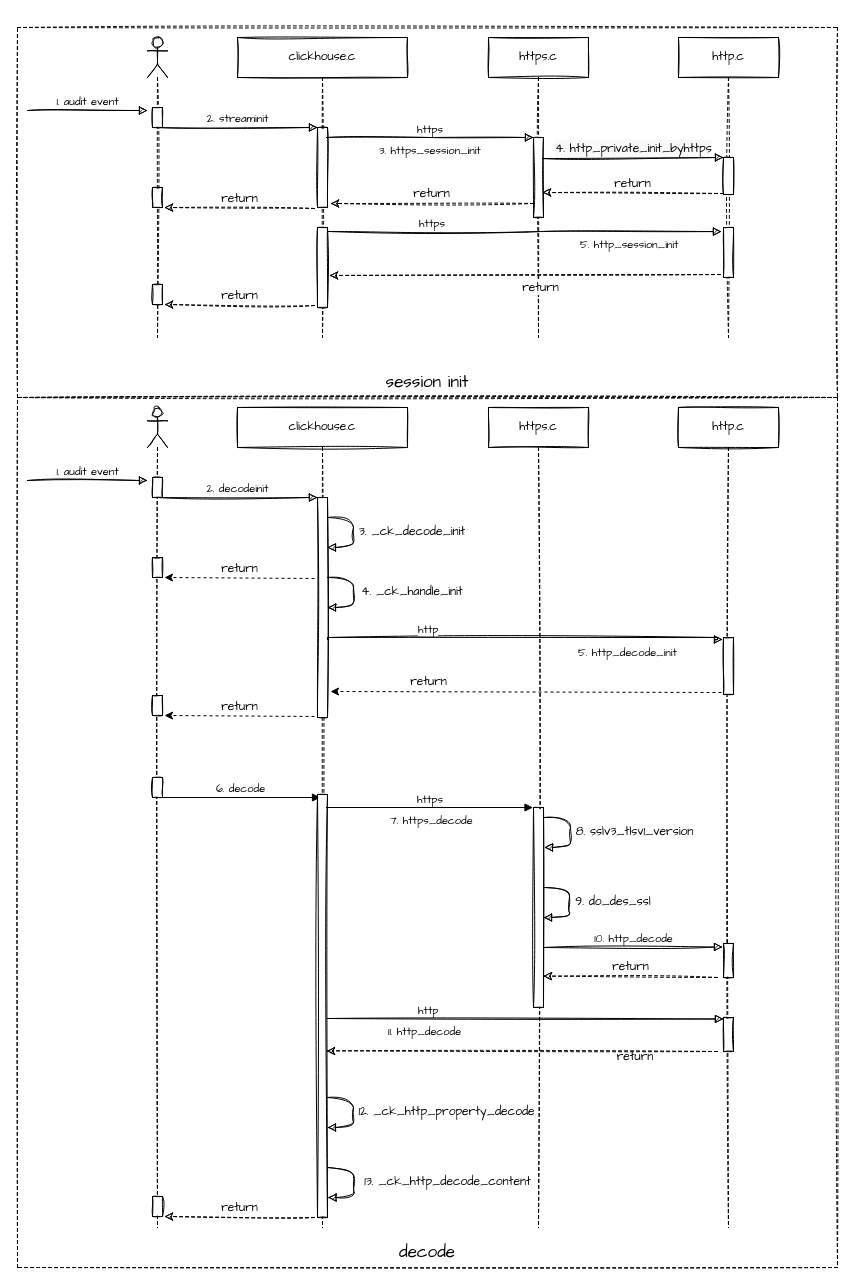
leonce28/draw-io-img keeps this draw.io diagram as clickhouse interact http.drawio. Above is the earlier version. Source tidied: cells renumbered, new cells numbered last; positions are measured from the earlier drawing's top-left corner, leaving out a move shared by most shapes. Both pictures are drawn from the tidied source at 100%, with x=0, y=0 at pixel (17, 27).
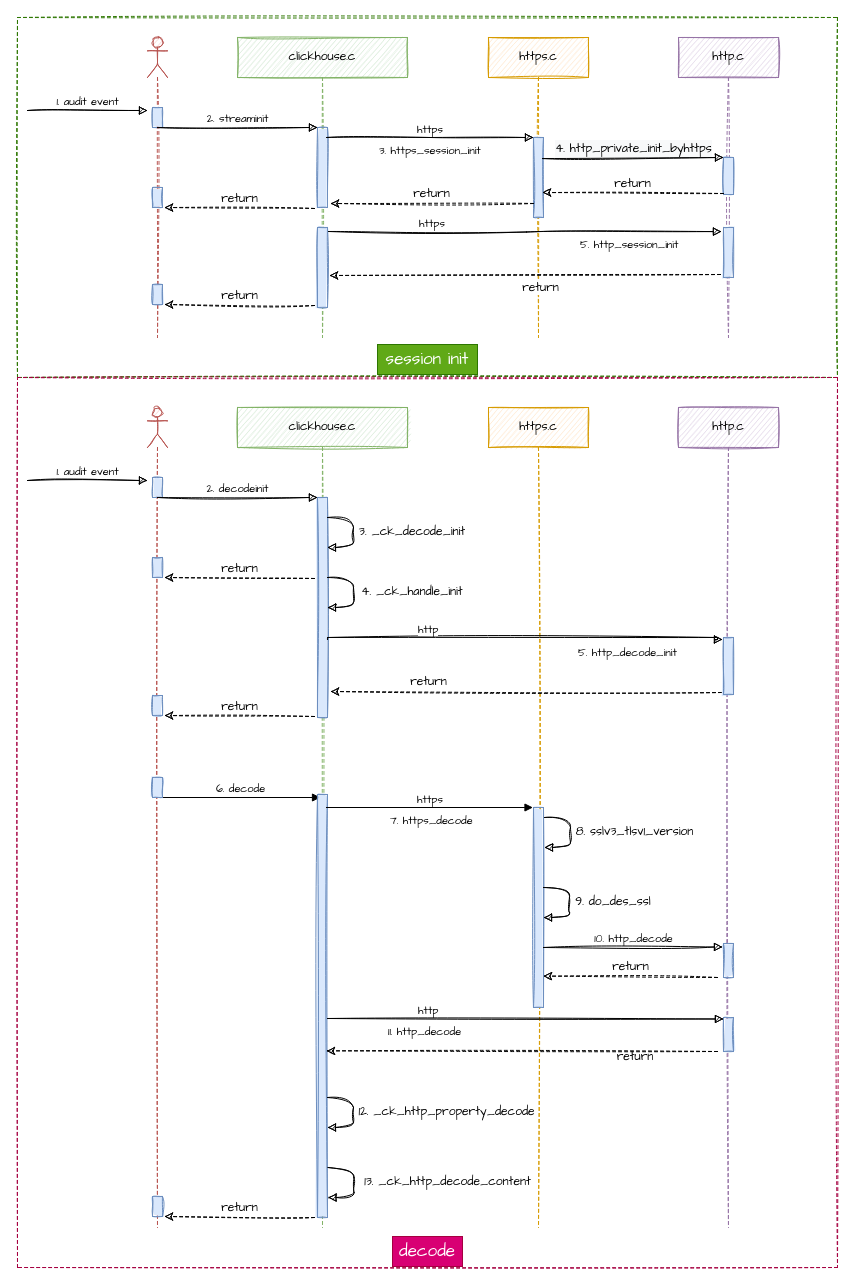
After the change.

What changed in the source:
```diff
@@
-    <mxCell id="2" style="rounded=0;whiteSpace=wrap;html=1;fontFamily=Comic Sans MS;fontSize=12;fillColor=none;dashed=1;horizontal=1;sketch=1;" parent="1" vertex="1">
-      <mxGeometry width="820" height="370" as="geometry" />
+    <mxCell id="2" style="rounded=0;whiteSpace=wrap;html=1;fontFamily=Comic Sans MS;fontSize=12;fillColor=none;dashed=1;horizontal=1;sketch=1;fontColor=#ffffff;strokeColor=#2D7600;" parent="1" vertex="1">
+      <mxGeometry y="-10" width="820" height="360" as="geometry" />
     </mxCell>
-    <mxCell id="3" style="shape=umlLifeline;participant=umlActor;perimeter=lifelinePerimeter;whiteSpace=wrap;html=1;verticalAlign=top;spacingTop=36;horizontal=1;fontFamily=Comic Sans MS;sketch=1;" parent="1" vertex="1">
+    <mxCell id="3" style="shape=umlLifeline;participant=umlActor;perimeter=lifelinePerimeter;whiteSpace=wrap;html=1;verticalAlign=top;spacingTop=36;horizontal=1;fontFamily=Comic Sans MS;sketch=1;fillColor=#f8cecc;strokeColor=#b85450;" parent="1" vertex="1">
       <mxGeometry x="130" y="10" width="20" height="300" as="geometry" />
     </mxCell>
-    <mxCell id="4" style="html=1;perimeter=orthogonalPerimeter;horizontal=1;fontFamily=Comic Sans MS;sketch=1;" parent="3" vertex="1">
+    <mxCell id="4" style="html=1;perimeter=orthogonalPerimeter;horizontal=1;fontFamily=Comic Sans MS;sketch=1;fillColor=#dae8fc;strokeColor=#6c8ebf;fillStyle=solid;" parent="3" vertex="1">
       <mxGeometry x="5" y="70" width="10" height="20" as="geometry" />
     </mxCell>
-    <mxCell id="5" style="html=1;perimeter=orthogonalPerimeter;horizontal=1;fontFamily=Comic Sans MS;sketch=1;" parent="3" vertex="1">
+    <mxCell id="5" style="html=1;perimeter=orthogonalPerimeter;horizontal=1;fontFamily=Comic Sans MS;sketch=1;fillColor=#dae8fc;strokeColor=#6c8ebf;fillStyle=solid;" parent="3" vertex="1">
       <mxGeometry x="5" y="150" width="10" height="20" as="geometry" />
     </mxCell>
-    <mxCell id="6" value="clickhouse.c" style="shape=umlLifeline;perimeter=lifelinePerimeter;whiteSpace=wrap;html=1;horizontal=1;fontFamily=Comic Sans MS;sketch=1;" parent="1" vertex="1">
+    <mxCell id="6" value="clickhouse.c" style="shape=umlLifeline;perimeter=lifelinePerimeter;whiteSpace=wrap;html=1;horizontal=1;fontFamily=Comic Sans MS;sketch=1;fillColor=#d5e8d4;strokeColor=#82b366;" parent="1" vertex="1">
       <mxGeometry x="220" y="10" width="170" height="300" as="geometry" />
     </mxCell>
-    <mxCell id="7" style="html=1;points=[];perimeter=orthogonalPerimeter;horizontal=1;fontFamily=Comic Sans MS;sketch=1;" parent="6" vertex="1">
+    <mxCell id="7" style="html=1;points=[];perimeter=orthogonalPerimeter;horizontal=1;fontFamily=Comic Sans MS;sketch=1;fillColor=#dae8fc;strokeColor=#6c8ebf;fillStyle=solid;" parent="6" vertex="1">
       <mxGeometry x="80" y="90" width="10" height="80" as="geometry" />
     </mxCell>
@@
-    <mxCell id="9" style="html=1;points=[];perimeter=orthogonalPerimeter;horizontal=1;fontFamily=Comic Sans MS;sketch=1;" parent="6" vertex="1">
+    <mxCell id="9" style="html=1;points=[];perimeter=orthogonalPerimeter;horizontal=1;fontFamily=Comic Sans MS;sketch=1;fillColor=#dae8fc;strokeColor=#6c8ebf;fillStyle=solid;" parent="6" vertex="1">
       <mxGeometry x="80" y="190" width="10" height="80" as="geometry" />
     </mxCell>
-    <mxCell id="10" style="html=1;perimeter=orthogonalPerimeter;horizontal=1;fontFamily=Comic Sans MS;sketch=1;" parent="6" vertex="1">
+    <mxCell id="10" style="html=1;perimeter=orthogonalPerimeter;horizontal=1;fontFamily=Comic Sans MS;sketch=1;fillColor=#dae8fc;strokeColor=#6c8ebf;fillStyle=solid;" parent="6" vertex="1">
       <mxGeometry x="-85" y="247" width="10" height="20" as="geometry" />
     </mxCell>
@@
-    <mxCell id="12" value="https.c" style="shape=umlLifeline;perimeter=lifelinePerimeter;whiteSpace=wrap;html=1;horizontal=1;fontFamily=Comic Sans MS;sketch=1;" parent="1" vertex="1">
+    <mxCell id="12" value="https.c" style="shape=umlLifeline;perimeter=lifelinePerimeter;whiteSpace=wrap;html=1;horizontal=1;fontFamily=Comic Sans MS;sketch=1;fillColor=#ffe6cc;strokeColor=#d79b00;" parent="1" vertex="1">
       <mxGeometry x="471" y="10" width="100" height="300" as="geometry" />
     </mxCell>
-    <mxCell id="13" style="html=1;points=[];perimeter=orthogonalPerimeter;horizontal=1;fontFamily=Comic Sans MS;sketch=1;" parent="12" vertex="1">
+    <mxCell id="13" style="html=1;points=[];perimeter=orthogonalPerimeter;horizontal=1;fontFamily=Comic Sans MS;sketch=1;fillColor=#dae8fc;strokeColor=#6c8ebf;fillStyle=solid;" parent="12" vertex="1">
       <mxGeometry x="45" y="100" width="10" height="80" as="geometry" />
     </mxCell>
@@
-    <mxCell id="17" value="http.c" style="shape=umlLifeline;perimeter=lifelinePerimeter;whiteSpace=wrap;html=1;horizontal=1;fontFamily=Comic Sans MS;sketch=1;" parent="1" vertex="1">
+    <mxCell id="17" value="http.c" style="shape=umlLifeline;perimeter=lifelinePerimeter;whiteSpace=wrap;html=1;horizontal=1;fontFamily=Comic Sans MS;sketch=1;fillColor=#e1d5e7;strokeColor=#9673a6;" parent="1" vertex="1">
       <mxGeometry x="661" y="10" width="100" height="300" as="geometry" />
     </mxCell>
-    <mxCell id="18" style="html=1;points=[];perimeter=orthogonalPerimeter;fontFamily=Comic Sans MS;fontSize=12;fontColor=default;fillColor=default;gradientColor=none;horizontal=1;sketch=1;" parent="17" vertex="1">
+    <mxCell id="18" style="html=1;points=[];perimeter=orthogonalPerimeter;fontFamily=Comic Sans MS;fontSize=12;fontColor=default;fillColor=#dae8fc;gradientColor=none;horizontal=1;sketch=1;strokeColor=#6c8ebf;fillStyle=solid;" parent="17" vertex="1">
       <mxGeometry x="45" y="120" width="10" height="37" as="geometry" />
     </mxCell>
-    <mxCell id="19" style="html=1;points=[];perimeter=orthogonalPerimeter;fontFamily=Comic Sans MS;fontSize=12;fontColor=default;fillColor=default;gradientColor=none;horizontal=1;sketch=1;" parent="17" vertex="1">
+    <mxCell id="19" style="html=1;points=[];perimeter=orthogonalPerimeter;fontFamily=Comic Sans MS;fontSize=12;fontColor=default;fillColor=#dae8fc;gradientColor=none;horizontal=1;sketch=1;strokeColor=#6c8ebf;fillStyle=solid;" parent="17" vertex="1">
       <mxGeometry x="45" y="190" width="10" height="50" as="geometry" />
     </mxCell>
@@
-    <mxCell id="27" value="session init" style="text;html=1;strokeColor=none;fillColor=none;align=center;verticalAlign=middle;whiteSpace=wrap;rounded=0;fontFamily=Comic Sans MS;fontSize=17;fontColor=default;horizontal=1;" parent="1" vertex="1">
-      <mxGeometry x="360" y="340" width="100" height="30" as="geometry" />
+    <mxCell id="27" value="session init" style="text;html=1;strokeColor=#2D7600;fillColor=#60a917;align=center;verticalAlign=middle;whiteSpace=wrap;rounded=0;fontFamily=Comic Sans MS;fontSize=17;fontColor=#ffffff;horizontal=1;" parent="1" vertex="1">
+      <mxGeometry x="360" y="317" width="100" height="30" as="geometry" />
     </mxCell>
-    <mxCell id="28" style="rounded=0;whiteSpace=wrap;html=1;fontFamily=Comic Sans MS;fontSize=12;fillColor=none;dashed=1;sketch=1;horizontal=1;" parent="1" vertex="1">
-      <mxGeometry y="370" width="820" height="870" as="geometry" />
+    <mxCell id="28" style="rounded=0;whiteSpace=wrap;html=1;fontFamily=Comic Sans MS;fontSize=12;fillColor=none;dashed=1;sketch=1;horizontal=1;fontColor=#ffffff;strokeColor=#A50040;" parent="1" vertex="1">
+      <mxGeometry y="350" width="820" height="890" as="geometry" />
     </mxCell>
-    <mxCell id="29" style="shape=umlLifeline;participant=umlActor;perimeter=lifelinePerimeter;whiteSpace=wrap;html=1;verticalAlign=top;spacingTop=36;horizontal=1;fontFamily=Comic Sans MS;sketch=1;" parent="1" vertex="1">
+    <mxCell id="29" style="shape=umlLifeline;participant=umlActor;perimeter=lifelinePerimeter;whiteSpace=wrap;html=1;verticalAlign=top;spacingTop=36;horizontal=1;fontFamily=Comic Sans MS;sketch=1;fillColor=#f8cecc;strokeColor=#b85450;" parent="1" vertex="1">
       <mxGeometry x="130" y="380" width="20" height="820" as="geometry" />
     </mxCell>
-    <mxCell id="30" style="html=1;perimeter=orthogonalPerimeter;horizontal=1;fontFamily=Comic Sans MS;sketch=1;" parent="29" vertex="1">
+    <mxCell id="30" style="html=1;perimeter=orthogonalPerimeter;horizontal=1;fontFamily=Comic Sans MS;sketch=1;fillColor=#dae8fc;strokeColor=#6c8ebf;fillStyle=solid;" parent="29" vertex="1">
       <mxGeometry x="5" y="70" width="10" height="20" as="geometry" />
     </mxCell>
-    <mxCell id="31" style="html=1;perimeter=orthogonalPerimeter;horizontal=1;fontFamily=Comic Sans MS;sketch=1;" parent="29" vertex="1">
+    <mxCell id="31" style="html=1;perimeter=orthogonalPerimeter;horizontal=1;fontFamily=Comic Sans MS;sketch=1;fillColor=#dae8fc;strokeColor=#6c8ebf;fillStyle=solid;" parent="29" vertex="1">
       <mxGeometry x="5" y="150" width="10" height="20" as="geometry" />
     </mxCell>
-    <mxCell id="32" value="clickhouse.c" style="shape=umlLifeline;perimeter=lifelinePerimeter;whiteSpace=wrap;html=1;horizontal=1;fontFamily=Comic Sans MS;sketch=1;" parent="1" vertex="1">
+    <mxCell id="32" value="clickhouse.c" style="shape=umlLifeline;perimeter=lifelinePerimeter;whiteSpace=wrap;html=1;horizontal=1;fontFamily=Comic Sans MS;sketch=1;fillColor=#d5e8d4;strokeColor=#82b366;" parent="1" vertex="1">
       <mxGeometry x="220" y="380" width="170" height="820" as="geometry" />
     </mxCell>
-    <mxCell id="33" style="html=1;points=[];perimeter=orthogonalPerimeter;horizontal=1;fontFamily=Comic Sans MS;sketch=1;" parent="32" vertex="1">
+    <mxCell id="33" style="html=1;points=[];perimeter=orthogonalPerimeter;horizontal=1;fontFamily=Comic Sans MS;sketch=1;fillColor=#dae8fc;strokeColor=#6c8ebf;fillStyle=solid;" parent="32" vertex="1">
       <mxGeometry x="80" y="90" width="10" height="220" as="geometry" />
     </mxCell>
-    <mxCell id="34" value="return" style="html=1;verticalAlign=bottom;endArrow=classic;dashed=1;endSize=6;exitX=0;exitY=0.95;rounded=0;fontFamily=Comic Sans MS;fontSize=12;fontColor=default;strokeWidth=1;endFill=1;horizontal=1;" parent="32" edge="1">
+    <mxCell id="34" value="return" style="html=1;verticalAlign=bottom;endArrow=classic;dashed=1;endSize=6;exitX=0;exitY=0.95;rounded=0;fontFamily=Comic Sans MS;fontSize=12;fontColor=default;strokeWidth=1;endFill=1;horizontal=1;sketch=1;" parent="32" edge="1">
       <mxGeometry relative="1" as="geometry">
         <mxPoint x="77" y="171" as="sourcePoint" />
         <mxPoint x="-73" y="170" as="targetPoint" />
       </mxGeometry>
     </mxCell>
@@
-    <mxCell id="37" style="html=1;points=[];perimeter=orthogonalPerimeter;horizontal=1;fontFamily=Comic Sans MS;labelBackgroundColor=default;endArrow=block;fontSize=11;align=left;verticalAlign=top;rounded=0;endFill=1;sketch=1;" parent="32" vertex="1">
+    <mxCell id="37" style="html=1;points=[];perimeter=orthogonalPerimeter;horizontal=1;fontFamily=Comic Sans MS;labelBackgroundColor=default;endArrow=block;fontSize=12;align=center;verticalAlign=middle;rounded=0;endFill=1;sketch=1;fillColor=#dae8fc;strokeColor=#6c8ebf;fillStyle=solid;" parent="32" vertex="1">
       <mxGeometry x="80" y="387" width="10" height="423" as="geometry" />
     </mxCell>
-    <mxCell id="38" style="html=1;perimeter=orthogonalPerimeter;horizontal=1;fontFamily=Comic Sans MS;sketch=1;" parent="32" vertex="1">
+    <mxCell id="38" style="html=1;perimeter=orthogonalPerimeter;horizontal=1;fontFamily=Comic Sans MS;sketch=1;fillColor=#dae8fc;strokeColor=#6c8ebf;fillStyle=solid;" parent="32" vertex="1">
       <mxGeometry x="-85" y="789" width="10" height="20" as="geometry" />
     </mxCell>
@@
-    <mxCell id="40" value="https.c" style="shape=umlLifeline;perimeter=lifelinePerimeter;whiteSpace=wrap;html=1;horizontal=1;fontFamily=Comic Sans MS;sketch=1;" parent="1" vertex="1">
+    <mxCell id="40" value="https.c" style="shape=umlLifeline;perimeter=lifelinePerimeter;whiteSpace=wrap;html=1;horizontal=1;fontFamily=Comic Sans MS;sketch=1;fillColor=#ffe6cc;strokeColor=#d79b00;" parent="1" vertex="1">
       <mxGeometry x="471" y="380" width="100" height="820" as="geometry" />
     </mxCell>
-    <mxCell id="41" value="return" style="html=1;verticalAlign=bottom;endArrow=classic;dashed=1;endSize=6;exitX=-0.2;exitY=0.965;rounded=0;fontFamily=Comic Sans MS;fontSize=12;fontColor=default;strokeWidth=1;entryX=1.3;entryY=0.95;entryDx=0;entryDy=0;entryPerimeter=0;endFill=1;exitDx=0;exitDy=0;exitPerimeter=0;horizontal=1;" parent="40" edge="1" source="45">
+    <mxCell id="41" value="return" style="html=1;verticalAlign=bottom;endArrow=classic;dashed=1;endSize=6;exitX=-0.2;exitY=0.965;rounded=0;fontFamily=Comic Sans MS;fontSize=12;fontColor=default;strokeWidth=1;entryX=1.3;entryY=0.95;entryDx=0;entryDy=0;entryPerimeter=0;endFill=1;exitDx=0;exitDy=0;exitPerimeter=0;horizontal=1;sketch=1;" parent="40" edge="1" source="45">
       <mxGeometry x="0.5" relative="1" as="geometry">
         <mxPoint x="-158" y="284" as="targetPoint" />
       </mxGeometry>
     </mxCell>
-    <mxCell id="42" style="html=1;points=[];perimeter=orthogonalPerimeter;horizontal=1;fontFamily=Comic Sans MS;labelBackgroundColor=default;endArrow=block;fontSize=11;align=left;verticalAlign=top;rounded=0;endFill=1;sketch=1;" parent="40" vertex="1">
+    <mxCell id="42" style="html=1;points=[];perimeter=orthogonalPerimeter;horizontal=1;fontFamily=Comic Sans MS;labelBackgroundColor=default;endArrow=block;fontSize=12;align=center;verticalAlign=middle;rounded=0;endFill=1;sketch=1;fillColor=#dae8fc;strokeColor=#6c8ebf;fillStyle=solid;" parent="40" vertex="1">
       <mxGeometry x="45" y="400" width="10" height="200" as="geometry" />
     </mxCell>
@@
-    <mxCell id="44" value="http.c" style="shape=umlLifeline;perimeter=lifelinePerimeter;whiteSpace=wrap;html=1;horizontal=1;fontFamily=Comic Sans MS;sketch=1;" parent="1" vertex="1">
+    <mxCell id="44" value="http.c" style="shape=umlLifeline;perimeter=lifelinePerimeter;whiteSpace=wrap;html=1;horizontal=1;fontFamily=Comic Sans MS;sketch=1;fillColor=#e1d5e7;strokeColor=#9673a6;" parent="1" vertex="1">
       <mxGeometry x="661" y="380" width="100" height="820" as="geometry" />
     </mxCell>
-    <mxCell id="45" style="html=1;points=[];perimeter=orthogonalPerimeter;fontFamily=Comic Sans MS;fontSize=12;fontColor=default;fillColor=default;gradientColor=none;horizontal=1;sketch=1;" parent="44" vertex="1">
+    <mxCell id="45" style="html=1;points=[];perimeter=orthogonalPerimeter;fontFamily=Comic Sans MS;fontSize=12;fontColor=default;fillColor=#dae8fc;gradientColor=none;horizontal=1;sketch=1;strokeColor=#6c8ebf;fillStyle=solid;" parent="44" vertex="1">
       <mxGeometry x="45" y="230" width="10" height="57" as="geometry" />
     </mxCell>
-    <mxCell id="46" style="html=1;perimeter=orthogonalPerimeter;fontFamily=Comic Sans MS;fontSize=11;fontColor=default;fillColor=default;gradientColor=none;horizontal=1;labelBackgroundColor=default;endArrow=block;align=left;verticalAlign=top;rounded=0;endFill=1;sketch=1;" parent="44" vertex="1">
+    <mxCell id="46" style="html=1;perimeter=orthogonalPerimeter;fontFamily=Comic Sans MS;fontSize=12;fontColor=default;fillColor=#dae8fc;gradientColor=none;horizontal=1;labelBackgroundColor=default;endArrow=block;align=center;verticalAlign=middle;rounded=0;endFill=1;sketch=1;strokeColor=#6c8ebf;fillStyle=solid;" parent="44" vertex="1">
       <mxGeometry x="45" y="536" width="10" height="34" as="geometry" />
     </mxCell>
@@
-    <mxCell id="48" style="html=1;points=[];perimeter=orthogonalPerimeter;fontFamily=Comic Sans MS;fontSize=11;fontColor=default;fillColor=default;gradientColor=none;horizontal=1;labelBackgroundColor=default;endArrow=block;align=left;verticalAlign=top;rounded=0;endFill=1;sketch=1;" parent="44" vertex="1">
+    <mxCell id="48" style="html=1;points=[];perimeter=orthogonalPerimeter;fontFamily=Comic Sans MS;fontSize=12;fontColor=default;fillColor=#dae8fc;gradientColor=none;horizontal=1;labelBackgroundColor=default;endArrow=block;align=center;verticalAlign=middle;rounded=0;endFill=1;sketch=1;strokeColor=#6c8ebf;fillStyle=solid;" parent="44" vertex="1">
       <mxGeometry x="45" y="610" width="10" height="34" as="geometry" />
     </mxCell>
@@
-    <mxCell id="52" value="decode" style="text;html=1;strokeColor=none;fillColor=none;align=center;verticalAlign=middle;whiteSpace=wrap;rounded=0;fontFamily=Comic Sans MS;fontSize=17;fontColor=default;horizontal=1;" parent="1" vertex="1">
-      <mxGeometry x="375" y="1210" width="70" height="30" as="geometry" />
+    <mxCell id="52" value="decode" style="text;html=1;strokeColor=#A50040;fillColor=#d80073;align=center;verticalAlign=middle;whiteSpace=wrap;rounded=0;fontFamily=Comic Sans MS;fontSize=17;fontColor=#ffffff;horizontal=1;" parent="1" vertex="1">
+      <mxGeometry x="375" y="1209" width="70" height="30" as="geometry" />
     </mxCell>
@@
-    <mxCell id="58" style="html=1;perimeter=orthogonalPerimeter;horizontal=1;fontFamily=Comic Sans MS;sketch=1;" parent="1" vertex="1">
+    <mxCell id="58" style="html=1;perimeter=orthogonalPerimeter;horizontal=1;fontFamily=Comic Sans MS;sketch=1;fillColor=#dae8fc;strokeColor=#6c8ebf;fillStyle=solid;" parent="1" vertex="1">
       <mxGeometry x="135" y="668" width="10" height="20" as="geometry" />
     </mxCell>
-    <mxCell id="59" value="return" style="html=1;verticalAlign=bottom;endArrow=classic;dashed=1;endSize=6;exitX=0;exitY=0.95;rounded=0;fontFamily=Comic Sans MS;fontSize=12;fontColor=default;strokeWidth=1;endFill=1;horizontal=1;" parent="1" edge="1">
+    <mxCell id="59" value="return" style="html=1;verticalAlign=bottom;endArrow=classic;dashed=1;endSize=6;exitX=0;exitY=0.95;rounded=0;fontFamily=Comic Sans MS;fontSize=12;fontColor=default;strokeWidth=1;endFill=1;horizontal=1;sketch=1;" parent="1" edge="1">
       <mxGeometry relative="1" as="geometry">
         <mxPoint x="297" y="689" as="sourcePoint" />
         <mxPoint x="147" y="688" as="targetPoint" />
       </mxGeometry>
     </mxCell>
@@
-    <mxCell id="62" style="html=1;perimeter=orthogonalPerimeter;horizontal=1;fontFamily=Comic Sans MS;sketch=1;" parent="1" vertex="1">
+    <mxCell id="62" style="html=1;perimeter=orthogonalPerimeter;horizontal=1;fontFamily=Comic Sans MS;sketch=1;fillColor=#dae8fc;strokeColor=#6c8ebf;fillStyle=solid;" parent="1" vertex="1">
       <mxGeometry x="135" y="750" width="10" height="20" as="geometry" />
     </mxCell>
```
